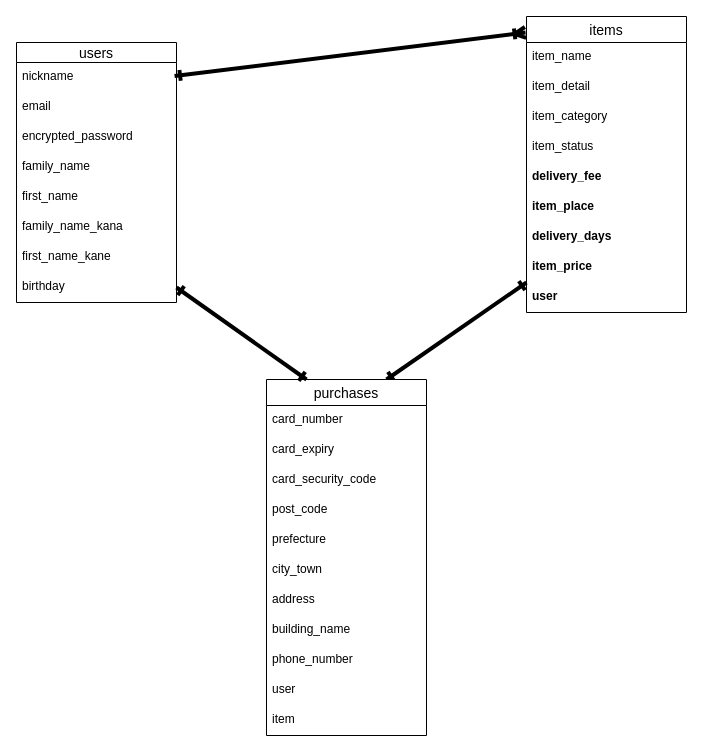
Above: ER.dio in yoshiken621/furima-37738 (draw.io), before the change. Source tidied: cells renumbered, new cells numbered last; positions are measured from the earlier drawing's top-left corner, leaving out a move shared by most shapes. Both pictures are drawn from the tidied source at 100%, with x=0, y=0 at pixel (16, 16).
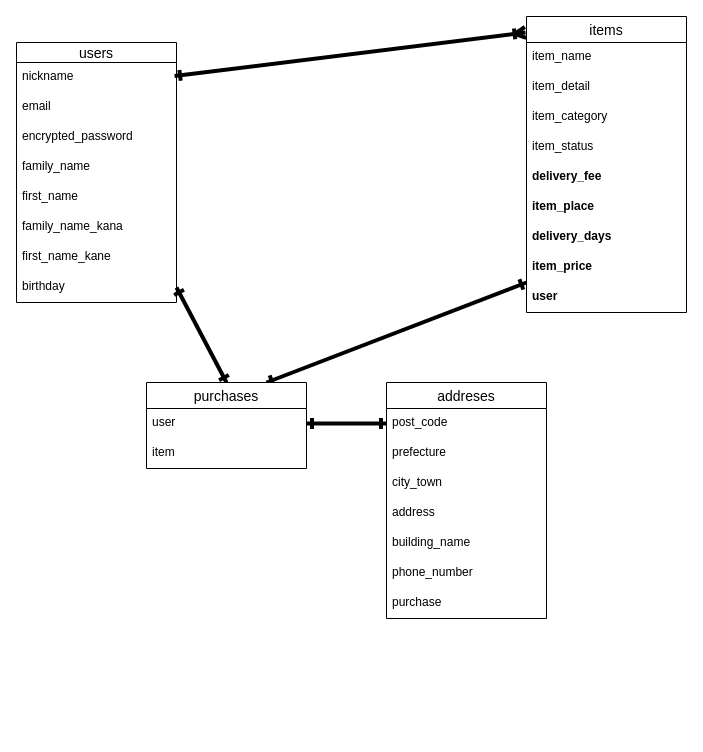
After the change.

Commit message (it also covers changes not shown here):
ER図、READEME修正１

The change refers to these unchanged cells:
```xml
<mxCell id="10" value="birthday" style="text;strokeColor=none;fillColor=none;spacingLeft=4;spacingRight=4;overflow=hidden;points=[[0,0.5],[1,0.5]];portConstraint=eastwest;fontSize=12;" parent="2" vertex="1">
  <mxGeometry y="230" width="160" height="30" as="geometry" />
</mxCell>
<mxCell id="20" value="item_price" style="text;strokeColor=none;fillColor=none;spacingLeft=4;spacingRight=4;overflow=hidden;points=[[0,0.5],[1,0.5]];portConstraint=eastwest;fontSize=12;fontStyle=1;" parent="12" vertex="1">
  <mxGeometry y="236" width="160" height="30" as="geometry" />
</mxCell>
```

The edit, as a diff of the source:
```diff
@@
-    <mxCell id="22" style="edgeStyle=none;html=1;exitX=0.75;exitY=0;exitDx=0;exitDy=0;entryX=0;entryY=1;entryDx=0;entryDy=0;startArrow=ERone;startFill=0;endArrow=ERone;endFill=0;strokeWidth=4;entryPerimeter=0;" parent="1" edge="1" source="23" target="20">
+    <mxCell id="22" style="edgeStyle=none;html=1;exitX=0.75;exitY=0;exitDx=0;exitDy=0;entryX=0;entryY=1;entryDx=0;entryDy=0;startArrow=ERone;startFill=0;endArrow=ERone;endFill=0;strokeWidth=4;entryPerimeter=0;" parent="1" edge="1" source="37" target="20">
       <mxGeometry relative="1" as="geometry" />
     </mxCell>
-    <mxCell id="23" value="purchases" style="swimlane;fontStyle=0;horizontal=1;startSize=26;align=center;fontSize=14;" parent="1" vertex="1">
-      <mxGeometry x="250" y="363" width="160" height="356" as="geometry" />
+    <mxCell id="23" value="addreses" style="swimlane;fontStyle=0;horizontal=1;startSize=26;align=center;fontSize=14;" parent="1" vertex="1">
+      <mxGeometry x="370" y="366" width="160" height="236" as="geometry" />
     </mxCell>
-    <mxCell id="24" value="card_number" style="text;strokeColor=none;fillColor=none;spacingLeft=4;spacingRight=4;overflow=hidden;fontSize=12;" parent="23" vertex="1">
-      <mxGeometry y="26" width="160" height="30" as="geometry" />
-    </mxCell>
-    <mxCell id="25" value="card_expiry" style="text;strokeColor=none;fillColor=none;spacingLeft=4;spacingRight=4;overflow=hidden;fontSize=12;" parent="23" vertex="1">
-      <mxGeometry y="56" width="160" height="30" as="geometry" />
-    </mxCell>
-    <mxCell id="26" value="card_security_code" style="text;strokeColor=none;fillColor=none;spacingLeft=4;spacingRight=4;overflow=hidden;fontSize=12;" parent="23" vertex="1">
-      <mxGeometry y="86" width="160" height="30" as="geometry" />
-    </mxCell>
     <mxCell id="27" value="post_code" style="text;strokeColor=none;fillColor=none;spacingLeft=4;spacingRight=4;overflow=hidden;points=[[0,0.5],[1,0.5]];portConstraint=eastwest;fontSize=12;" parent="23" vertex="1">
-      <mxGeometry y="116" width="160" height="30" as="geometry" />
+      <mxGeometry y="26" width="160" height="30" as="geometry" />
     </mxCell>
     <mxCell id="28" value="prefecture" style="text;strokeColor=none;fillColor=none;spacingLeft=4;spacingRight=4;overflow=hidden;fontSize=12;" parent="23" vertex="1">
-      <mxGeometry y="146" width="160" height="30" as="geometry" />
+      <mxGeometry y="56" width="160" height="30" as="geometry" />
     </mxCell>
     <mxCell id="29" value="city_town" style="text;strokeColor=none;fillColor=none;spacingLeft=4;spacingRight=4;overflow=hidden;fontSize=12;" parent="23" vertex="1">
-      <mxGeometry y="176" width="160" height="30" as="geometry" />
+      <mxGeometry y="86" width="160" height="30" as="geometry" />
     </mxCell>
     <mxCell id="30" value="address" style="text;strokeColor=none;fillColor=none;spacingLeft=4;spacingRight=4;overflow=hidden;fontSize=12;" parent="23" vertex="1">
-      <mxGeometry y="206" width="160" height="30" as="geometry" />
+      <mxGeometry y="116" width="160" height="30" as="geometry" />
     </mxCell>
     <mxCell id="31" value="building_name" style="text;strokeColor=none;fillColor=none;spacingLeft=4;spacingRight=4;overflow=hidden;fontSize=12;" parent="23" vertex="1">
-      <mxGeometry y="236" width="160" height="30" as="geometry" />
+      <mxGeometry y="146" width="160" height="30" as="geometry" />
     </mxCell>
     <mxCell id="32" value="phone_number" style="text;strokeColor=none;fillColor=none;spacingLeft=4;spacingRight=4;overflow=hidden;fontSize=12;" parent="23" vertex="1">
-      <mxGeometry y="266" width="160" height="30" as="geometry" />
+      <mxGeometry y="176" width="160" height="30" as="geometry" />
     </mxCell>
+    <mxCell id="36" value="purchase" style="text;strokeColor=none;fillColor=none;spacingLeft=4;spacingRight=4;overflow=hidden;fontSize=12;" parent="23" vertex="1">
+      <mxGeometry y="206" width="160" height="30" as="geometry" />
+    </mxCell>
+    <mxCell id="35" style="edgeStyle=none;html=1;exitX=1;exitY=0.5;exitDx=0;exitDy=0;entryX=0.5;entryY=0;entryDx=0;entryDy=0;startArrow=ERone;startFill=0;endArrow=ERone;endFill=0;strokeWidth=4;" parent="1" edge="1" source="10" target="37">
+      <mxGeometry relative="1" as="geometry" />
+    </mxCell>
+    <mxCell id="37" value="purchases" style="swimlane;fontStyle=0;horizontal=1;startSize=26;align=center;fontSize=14;" parent="1" vertex="1">
+      <mxGeometry x="130" y="366" width="160" height="86" as="geometry" />
+    </mxCell>
-    <mxCell id="33" value="user" style="text;strokeColor=none;fillColor=none;spacingLeft=4;spacingRight=4;overflow=hidden;points=[[0,0.5],[1,0.5]];portConstraint=eastwest;fontSize=12;" parent="23" vertex="1">
-      <mxGeometry y="296" width="160" height="30" as="geometry" />
+    <mxCell id="33" value="user" style="text;strokeColor=none;fillColor=none;spacingLeft=4;spacingRight=4;overflow=hidden;points=[[0,0.5],[1,0.5]];portConstraint=eastwest;fontSize=12;" parent="37" vertex="1">
+      <mxGeometry y="26" width="160" height="30" as="geometry" />
     </mxCell>
-    <mxCell id="34" value="item" style="text;strokeColor=none;fillColor=none;spacingLeft=4;spacingRight=4;overflow=hidden;fontSize=12;" parent="23" vertex="1">
-      <mxGeometry y="326" width="160" height="30" as="geometry" />
+    <mxCell id="34" value="item" style="text;strokeColor=none;fillColor=none;spacingLeft=4;spacingRight=4;overflow=hidden;fontSize=12;" parent="37" vertex="1">
+      <mxGeometry y="56" width="160" height="30" as="geometry" />
     </mxCell>
-    <mxCell id="35" style="edgeStyle=none;html=1;exitX=1;exitY=0.5;exitDx=0;exitDy=0;entryX=0.25;entryY=0;entryDx=0;entryDy=0;startArrow=ERone;startFill=0;endArrow=ERone;endFill=0;strokeWidth=4;" parent="1" edge="1" source="10" target="23">
-      <mxGeometry relative="1" as="geometry" />
-    </mxCell>
+    <mxCell id="38" style="edgeStyle=none;html=1;startArrow=ERone;startFill=0;endArrow=ERone;endFill=0;strokeWidth=4;entryX=0;entryY=0.5;entryDx=0;entryDy=0;" parent="1" edge="1" source="33" target="27">
+      <mxGeometry relative="1" as="geometry" />
+    </mxCell>
```
